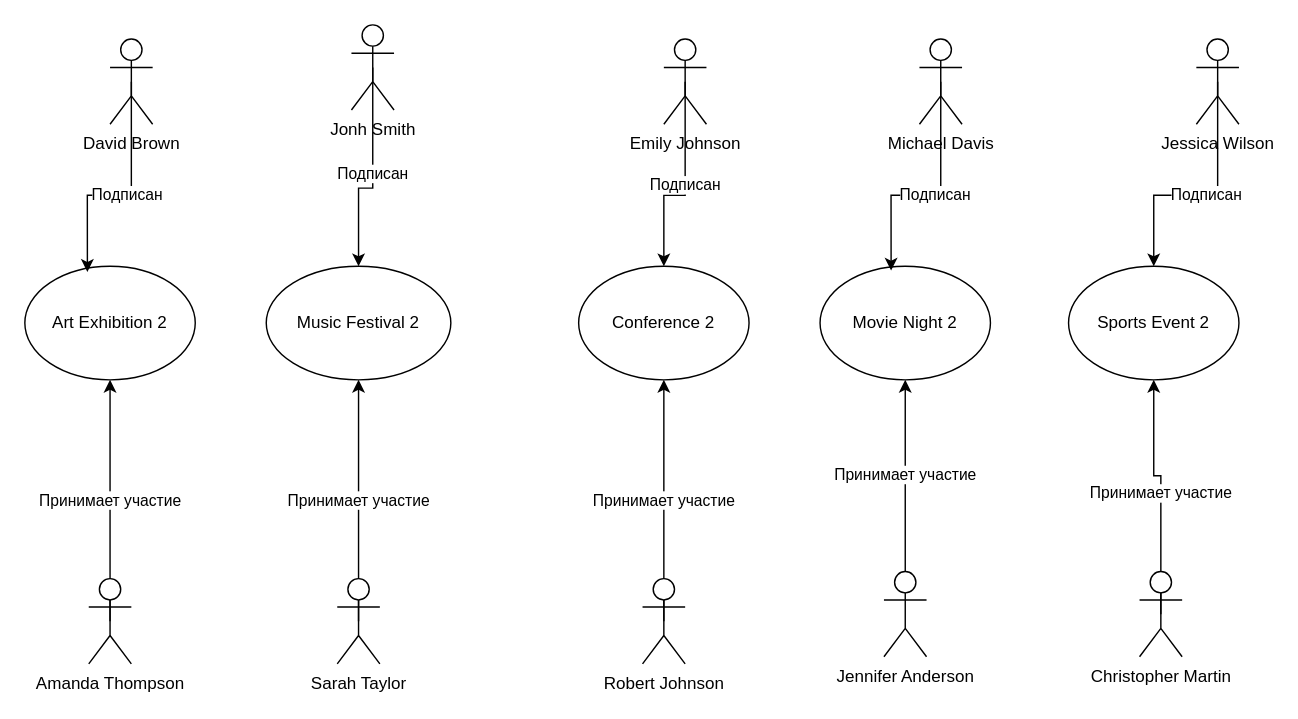
Before: page "Events" (2 of 2) of Events.drawio in aliakseidomut/DBlab, a draw.io diagram. Source tidied: cells renumbered, new cells numbered last; positions are measured from the earlier drawing's top-left corner, leaving out a move shared by most shapes. Both pictures are drawn from the tidied source at 142%, with x=0, y=0 at pixel (24, 24).
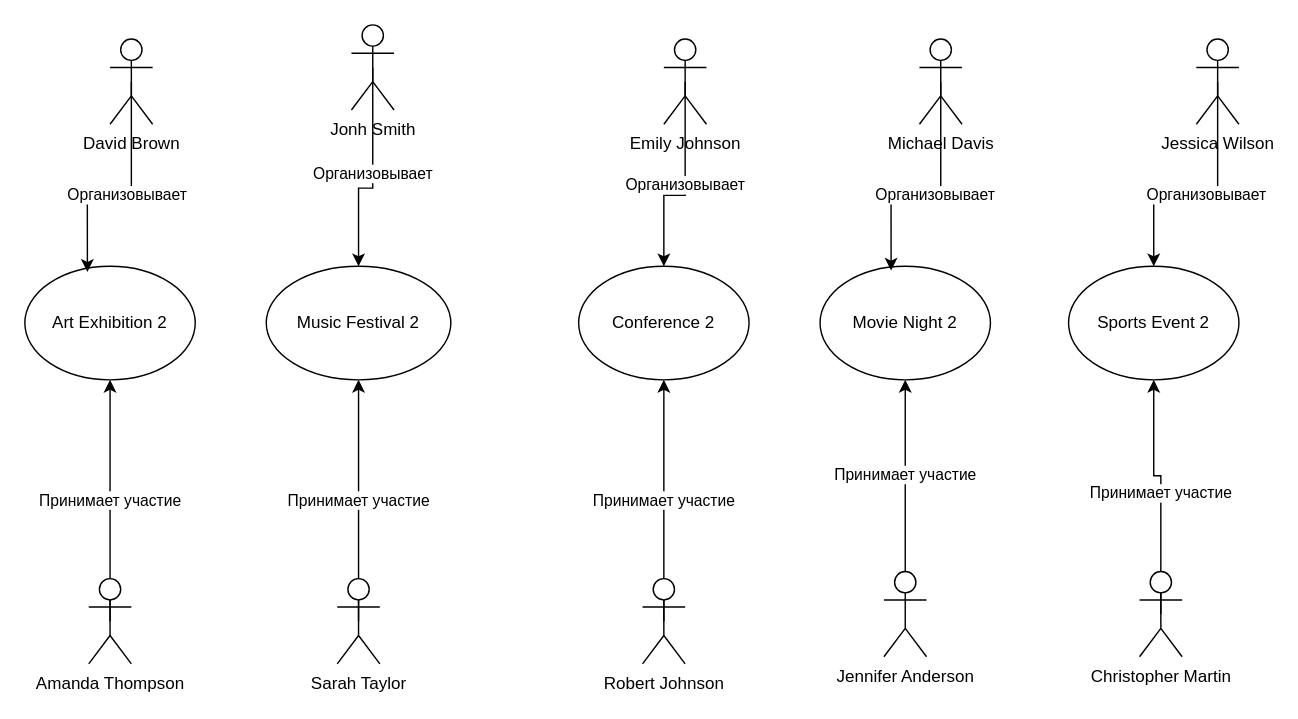
The same page after the edit.

The change refers to these unchanged cells:
```xml
<mxCell id="12" value="Music Festival 2" style="ellipse;whiteSpace=wrap;html=1;" parent="1" vertex="1">
  <mxGeometry x="170" y="170" width="130" height="80" as="geometry" />
</mxCell>
<mxCell id="13" value="Conference 2" style="ellipse;whiteSpace=wrap;html=1;" parent="1" vertex="1">
  <mxGeometry x="390" y="170" width="120" height="80" as="geometry" />
</mxCell>
<mxCell id="14" value="Movie Night 2" style="ellipse;whiteSpace=wrap;html=1;" parent="1" vertex="1">
  <mxGeometry x="560" y="170" width="120" height="80" as="geometry" />
</mxCell>
<mxCell id="15" value="Sports Event 2" style="ellipse;whiteSpace=wrap;html=1;" parent="1" vertex="1">
  <mxGeometry x="735" y="170" width="120" height="80" as="geometry" />
</mxCell>
<mxCell id="17" value="Jonh Smith" style="shape=umlActor;verticalLabelPosition=bottom;verticalAlign=top;html=1;outlineConnect=0;" parent="1" vertex="1">
  <mxGeometry x="230" width="30" height="60" as="geometry" />
</mxCell>
<mxCell id="18" value="Michael Davis" style="shape=umlActor;verticalLabelPosition=bottom;verticalAlign=top;html=1;outlineConnect=0;" parent="1" vertex="1">
  <mxGeometry x="630" y="10" width="30" height="60" as="geometry" />
</mxCell>
<mxCell id="20" value="Jessica Wilson" style="shape=umlActor;verticalLabelPosition=bottom;verticalAlign=top;html=1;outlineConnect=0;" parent="1" vertex="1">
  <mxGeometry x="825" y="10" width="30" height="60" as="geometry" />
</mxCell>
<mxCell id="21" value="David Brown" style="shape=umlActor;verticalLabelPosition=bottom;verticalAlign=top;html=1;outlineConnect=0;" parent="1" vertex="1">
  <mxGeometry x="60" y="10" width="30" height="60" as="geometry" />
</mxCell>
<mxCell id="23" value="Emily Johnson" style="shape=umlActor;verticalLabelPosition=bottom;verticalAlign=top;html=1;outlineConnect=0;" parent="1" vertex="1">
  <mxGeometry x="450" y="10" width="30" height="60" as="geometry" />
</mxCell>
<mxCell id="24" value="Art Exhibition 2" style="ellipse;whiteSpace=wrap;html=1;" parent="1" vertex="1">
  <mxGeometry y="170" width="120" height="80" as="geometry" />
</mxCell>
```

Diff of the diagram source:
```diff
@@
-    <mxCell id="16" value="Подписан" style="edgeStyle=orthogonalEdgeStyle;rounded=0;jettySize=auto;html=1;exitX=0.5;exitY=0.5;exitDx=0;exitDy=0;exitPerimeter=0;entryX=0.5;entryY=0;entryDx=0;entryDy=0;" parent="1" edge="1" source="17" target="12">
+    <mxCell id="16" value="Организовывает" style="edgeStyle=orthogonalEdgeStyle;rounded=0;jettySize=auto;html=1;exitX=0.5;exitY=0.5;exitDx=0;exitDy=0;exitPerimeter=0;entryX=0.5;entryY=0;entryDx=0;entryDy=0;" parent="1" edge="1" source="17" target="12">
       <mxGeometry relative="1" as="geometry" />
     </mxCell>
@@
-    <mxCell id="19" value="Подписан" style="edgeStyle=orthogonalEdgeStyle;rounded=0;jettySize=auto;html=1;exitX=0.5;exitY=0.5;exitDx=0;exitDy=0;exitPerimeter=0;entryX=0.5;entryY=0;entryDx=0;entryDy=0;" parent="1" edge="1" source="20" target="15">
+    <mxCell id="19" value="Организовывает" style="edgeStyle=orthogonalEdgeStyle;rounded=0;jettySize=auto;html=1;exitX=0.5;exitY=0.5;exitDx=0;exitDy=0;exitPerimeter=0;entryX=0.5;entryY=0;entryDx=0;entryDy=0;" parent="1" edge="1" source="20" target="15">
       <mxGeometry relative="1" as="geometry" />
     </mxCell>
@@
-    <mxCell id="22" value="Подписан" style="edgeStyle=orthogonalEdgeStyle;rounded=0;jettySize=auto;html=1;exitX=0.5;exitY=0.5;exitDx=0;exitDy=0;exitPerimeter=0;entryX=0.5;entryY=0;entryDx=0;entryDy=0;" parent="1" edge="1" source="23" target="13">
-      <mxGeometry relative="1" as="geometry" />
+    <mxCell id="22" value="Организовывает" style="edgeStyle=orthogonalEdgeStyle;rounded=0;jettySize=auto;html=1;exitX=0.5;exitY=0.5;exitDx=0;exitDy=0;exitPerimeter=0;entryX=0.5;entryY=0;entryDx=0;entryDy=0;" parent="1" edge="1" source="23" target="13">
+      <mxGeometry x="0.01" relative="1" as="geometry" />
     </mxCell>
@@
-    <mxCell id="25" value="Подписан" style="edgeStyle=orthogonalEdgeStyle;rounded=0;jettySize=auto;html=1;exitX=0.5;exitY=0.5;exitDx=0;exitDy=0;exitPerimeter=0;entryX=0.417;entryY=0.038;entryDx=0;entryDy=0;entryPerimeter=0;" parent="1" edge="1" source="18" target="14">
+    <mxCell id="25" value="Организовывает" style="edgeStyle=orthogonalEdgeStyle;rounded=0;jettySize=auto;html=1;exitX=0.5;exitY=0.5;exitDx=0;exitDy=0;exitPerimeter=0;entryX=0.417;entryY=0.038;entryDx=0;entryDy=0;entryPerimeter=0;" parent="1" edge="1" source="18" target="14">
       <mxGeometry relative="1" as="geometry" />
     </mxCell>
-    <mxCell id="26" value="Подписан" style="edgeStyle=orthogonalEdgeStyle;rounded=0;jettySize=auto;html=1;exitX=0.5;exitY=0.5;exitDx=0;exitDy=0;exitPerimeter=0;entryX=0.367;entryY=0.05;entryDx=0;entryDy=0;entryPerimeter=0;" parent="1" edge="1" source="21" target="24">
+    <mxCell id="26" value="Организовывает" style="edgeStyle=orthogonalEdgeStyle;rounded=0;jettySize=auto;html=1;exitX=0.5;exitY=0.5;exitDx=0;exitDy=0;exitPerimeter=0;entryX=0.367;entryY=0.05;entryDx=0;entryDy=0;entryPerimeter=0;" parent="1" edge="1" source="21" target="24">
       <mxGeometry relative="1" as="geometry" />
     </mxCell>
```
